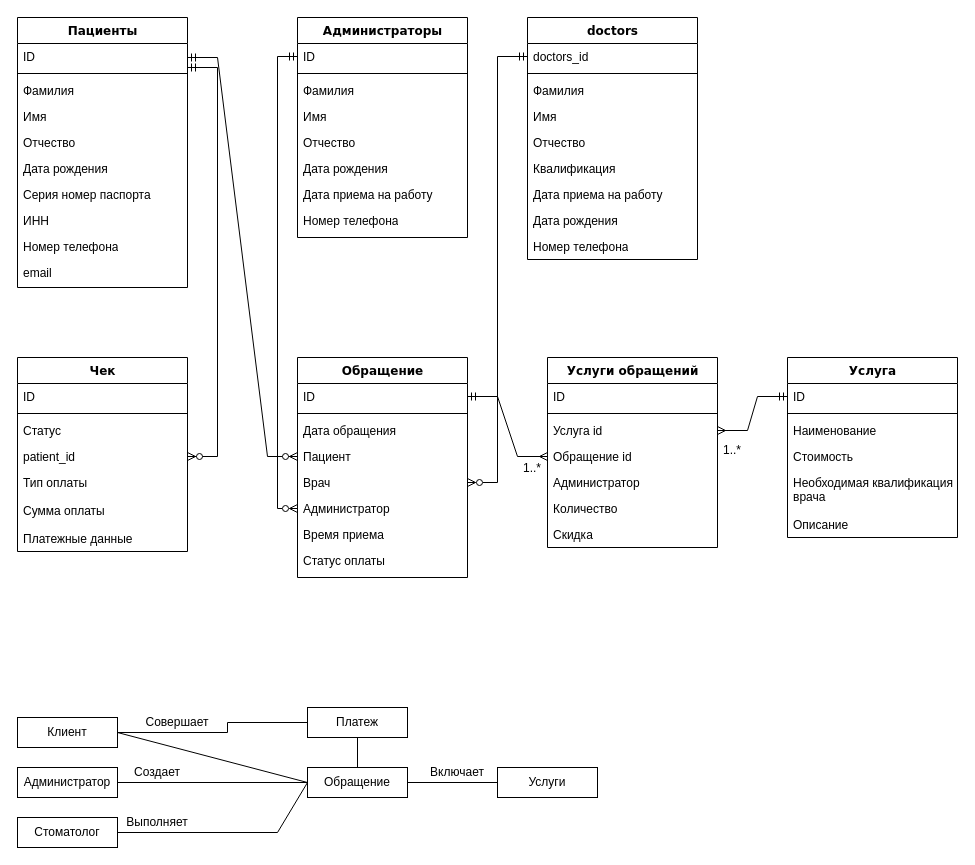
This is Диаграмма без названия.drawio from YanaZelen/LivePoco-master2, a draw.io file, before an edit. Source tidied: cells renumbered, new cells numbered last; positions are measured from the earlier drawing's top-left corner, leaving out a move shared by most shapes. Both pictures are drawn from the tidied source at 100%, with x=0, y=0 at pixel (17, 17).
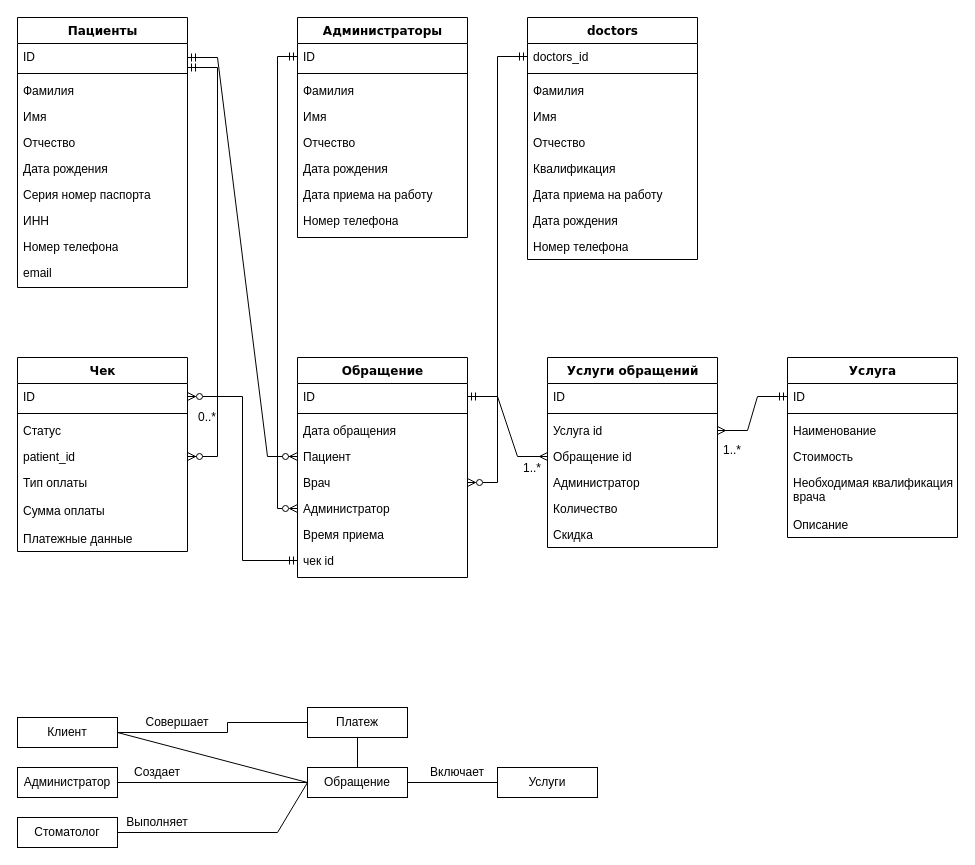
After the change.

The change refers to these unchanged cells:
```xml
<mxCell id="30" value="Обращение" style="swimlane;html=1;fontStyle=1;align=center;verticalAlign=top;horizontal=1;startSize=26;swimlaneFillColor=#ffffff;rounded=0;shadow=0;comic=0;labelBackgroundColor=none;strokeWidth=1;fillColor=none;fontFamily=Verdana;fontSize=12;" parent="1" vertex="1">
  <mxGeometry x="280" y="340" width="170" height="220" as="geometry" />
</mxCell>
<mxCell id="65" value="ID" style="text;html=1;strokeColor=none;fillColor=none;align=left;verticalAlign=top;spacingLeft=4;spacingRight=4;whiteSpace=wrap;overflow=hidden;points=[[0,0.5],[1,0.5]];portConstraint=eastwest;" parent="64" vertex="1">
  <mxGeometry y="26" width="170" height="26" as="geometry" />
</mxCell>
```

Diff of the diagram source:
```diff
@@
-    <mxCell id="38" value="Статус оплаты" style="text;html=1;strokeColor=none;fillColor=none;align=left;verticalAlign=top;spacingLeft=4;spacingRight=4;whiteSpace=wrap;overflow=hidden;points=[[0,0.5],[1,0.5]];portConstraint=eastwest;" parent="30" vertex="1">
+    <mxCell id="38" value="чек id" style="text;html=1;strokeColor=none;fillColor=none;align=left;verticalAlign=top;spacingLeft=4;spacingRight=4;whiteSpace=wrap;overflow=hidden;points=[[0,0.5],[1,0.5]];portConstraint=eastwest;" parent="30" vertex="1">
       <mxGeometry y="190" width="170" height="26" as="geometry" />
     </mxCell>
@@
+    <mxCell id="88" style="edgeStyle=orthogonalEdgeStyle;rounded=0;jettySize=auto;html=1;entryX=1;entryY=0.5;entryDx=0;entryDy=0;exitX=0;exitY=0.5;exitDx=0;exitDy=0;startArrow=ERmandOne;startFill=0;endArrow=ERzeroToMany;endFill=0;" parent="1" edge="1" source="38" target="65">
+      <mxGeometry relative="1" as="geometry" />
+    </mxCell>
+    <mxCell id="89" value="0..*" style="text;html=1;strokeColor=none;fillColor=none;align=center;verticalAlign=middle;whiteSpace=wrap;rounded=0;" parent="1" vertex="1">
+      <mxGeometry x="160" y="385" width="60" height="30" as="geometry" />
+    </mxCell>
```
